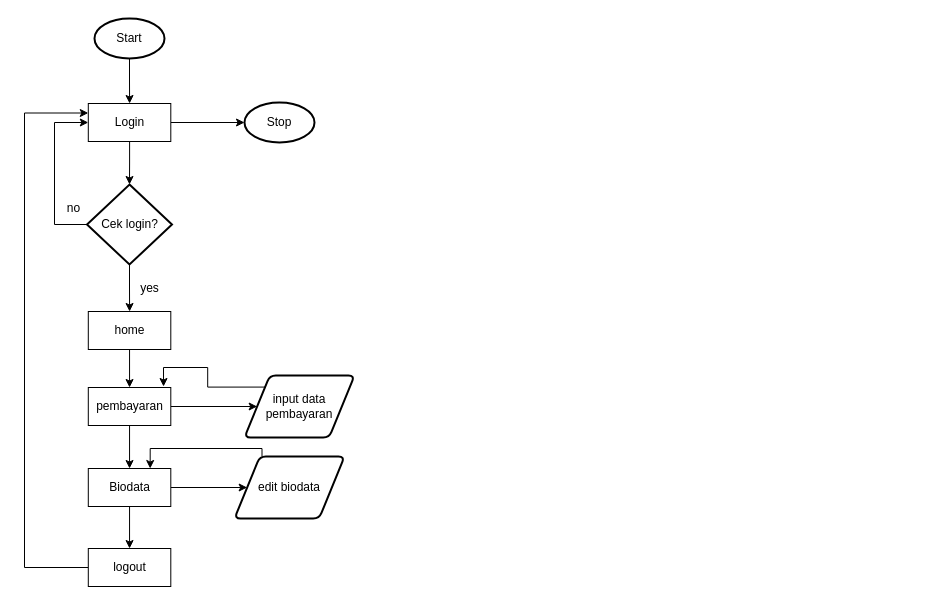
Before: laporan/flowchart user.drawio in DesiAmaliani/Pengelolaan_keuangan_TA, a draw.io diagram. Source tidied: cells renumbered, new cells numbered last; positions are measured from the earlier drawing's top-left corner, leaving out a move shared by most shapes. Both pictures are drawn from the tidied source at 100%, with x=0, y=0 at pixel (24, 18).
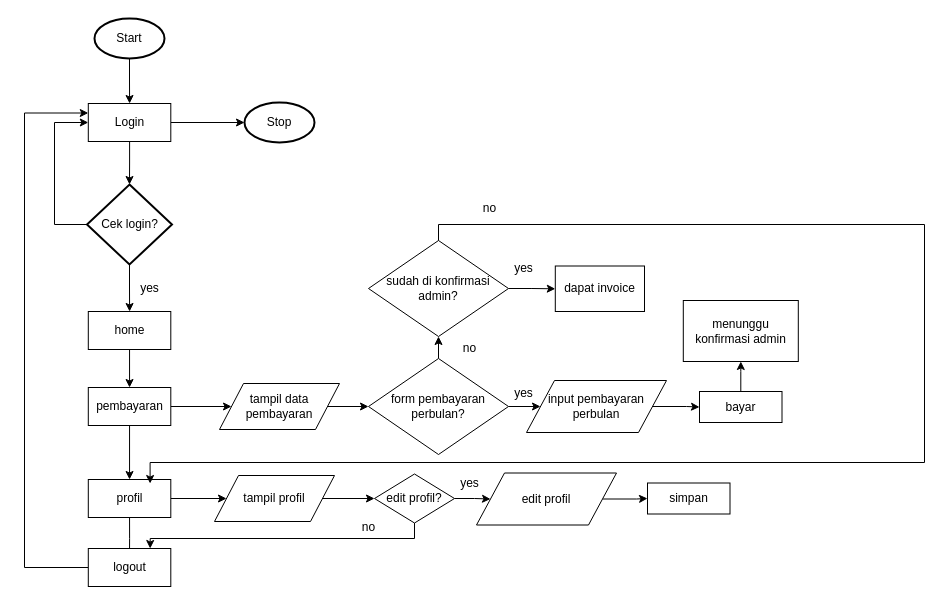
After the change.

Unchanged cells that the change refers to:
```xml
<mxCell id="16" value="pembayaran" style="rounded=0;whiteSpace=wrap;html=1;" parent="1" vertex="1">
  <mxGeometry x="63.8" y="369" width="82.5" height="38" as="geometry" />
</mxCell>
<mxCell id="25" value="logout" style="rounded=0;whiteSpace=wrap;html=1;" parent="1" vertex="1">
  <mxGeometry x="63.8" y="530" width="82.5" height="38" as="geometry" />
</mxCell>
```

What changed in the source:
```diff
@@
-    <mxCell id="10" value="no" style="text;html=1;align=center;verticalAlign=middle;" parent="1" vertex="1">
-      <mxGeometry x="33.8" y="180" width="30" height="20" as="geometry" />
-    </mxCell>
@@
-    <mxCell id="14" style="edgeStyle=orthogonalEdgeStyle;rounded=0;jettySize=auto;html=1;exitX=1;exitY=0.5;exitDx=0;exitDy=0;" parent="1" edge="1" source="16" target="18">
-      <mxGeometry relative="1" as="geometry" />
-    </mxCell>
@@
+    <mxCell id="27" style="edgeStyle=orthogonalEdgeStyle;rounded=0;jettySize=auto;html=1;" parent="1" edge="1" source="16" target="30">
+      <mxGeometry relative="1" as="geometry" />
+    </mxCell>
@@
-    <mxCell id="17" style="edgeStyle=orthogonalEdgeStyle;rounded=0;jettySize=auto;html=1;exitX=0;exitY=0;exitDx=0;exitDy=0;entryX=0.912;entryY=-0.026;entryDx=0;entryDy=0;entryPerimeter=0;" parent="1" edge="1" source="18" target="16">
-      <mxGeometry relative="1" as="geometry" />
-    </mxCell>
-    <mxCell id="18" value="input data pembayaran" style="shape=parallelogram;html=1;strokeWidth=2;perimeter=parallelogramPerimeter;whiteSpace=wrap;rounded=1;arcSize=12;size=0.23;" parent="1" vertex="1">
-      <mxGeometry x="220" y="357" width="110" height="62" as="geometry" />
-    </mxCell>
-    <mxCell id="19" style="edgeStyle=orthogonalEdgeStyle;rounded=0;jettySize=auto;html=1;exitX=1;exitY=0.5;exitDx=0;exitDy=0;entryX=0;entryY=0.5;entryDx=0;entryDy=0;" parent="1" edge="1" source="21" target="23">
-      <mxGeometry relative="1" as="geometry" />
-    </mxCell>
-    <mxCell id="20" style="edgeStyle=orthogonalEdgeStyle;rounded=0;jettySize=auto;html=1;exitX=0.5;exitY=1;exitDx=0;exitDy=0;entryX=0.5;entryY=0;entryDx=0;entryDy=0;" parent="1" edge="1" source="21" target="25">
-      <mxGeometry relative="1" as="geometry" />
+    <mxCell id="20" style="edgeStyle=orthogonalEdgeStyle;rounded=0;jettySize=auto;html=1;exitX=0.5;exitY=1;exitDx=0;exitDy=0;entryX=0.5;entryY=0;entryDx=0;entryDy=0;" parent="1" edge="1" source="21">
+      <mxGeometry relative="1" as="geometry">
+        <mxPoint x="105" y="541" as="targetPoint" />
+      </mxGeometry>
     </mxCell>
+    <mxCell id="28" style="edgeStyle=orthogonalEdgeStyle;rounded=0;jettySize=auto;html=1;" parent="1" edge="1" source="21" target="39">
+      <mxGeometry relative="1" as="geometry" />
+    </mxCell>
-    <mxCell id="21" value="Biodata" style="rounded=0;whiteSpace=wrap;html=1;" parent="1" vertex="1">
-      <mxGeometry x="63.8" y="450" width="82.5" height="38" as="geometry" />
+    <mxCell id="21" value="profil" style="rounded=0;whiteSpace=wrap;html=1;" parent="1" vertex="1">
+      <mxGeometry x="63.8" y="461" width="82.5" height="38" as="geometry" />
     </mxCell>
-    <mxCell id="22" style="edgeStyle=orthogonalEdgeStyle;rounded=0;jettySize=auto;html=1;exitX=0.25;exitY=0;exitDx=0;exitDy=0;entryX=0.75;entryY=0;entryDx=0;entryDy=0;" parent="1" edge="1" source="23" target="21">
-      <mxGeometry relative="1" as="geometry">
-        <Array as="points">
-          <mxPoint x="238" y="430" />
-          <mxPoint x="126" y="430" />
-        </Array>
-      </mxGeometry>
-    </mxCell>
-    <mxCell id="23" value="edit biodata" style="shape=parallelogram;html=1;strokeWidth=2;perimeter=parallelogramPerimeter;whiteSpace=wrap;rounded=1;arcSize=12;size=0.23;" parent="1" vertex="1">
-      <mxGeometry x="210" y="438" width="110" height="62" as="geometry" />
-    </mxCell>
@@
+    <mxCell id="29" style="edgeStyle=orthogonalEdgeStyle;rounded=0;jettySize=auto;html=1;" parent="1" edge="1" source="30" target="33">
+      <mxGeometry relative="1" as="geometry" />
+    </mxCell>
+    <mxCell id="30" value="tampil data pembayaran" style="shape=parallelogram;perimeter=parallelogramPerimeter;whiteSpace=wrap;html=1;" parent="1" vertex="1">
+      <mxGeometry x="195" y="365" width="120" height="46" as="geometry" />
+    </mxCell>
+    <mxCell id="31" style="edgeStyle=orthogonalEdgeStyle;rounded=0;jettySize=auto;html=1;exitX=1;exitY=0.5;exitDx=0;exitDy=0;entryX=0;entryY=0.5;entryDx=0;entryDy=0;" parent="1" edge="1" source="33" target="35">
+      <mxGeometry relative="1" as="geometry" />
+    </mxCell>
+    <mxCell id="32" style="edgeStyle=orthogonalEdgeStyle;rounded=0;jettySize=auto;html=1;" parent="1" edge="1" source="33" target="51">
+      <mxGeometry relative="1" as="geometry" />
+    </mxCell>
+    <mxCell id="33" value="form pembayaran perbulan?" style="rhombus;whiteSpace=wrap;html=1;" parent="1" vertex="1">
+      <mxGeometry x="344" y="340" width="140" height="96" as="geometry" />
+    </mxCell>
+    <mxCell id="34" style="edgeStyle=orthogonalEdgeStyle;rounded=0;jettySize=auto;html=1;exitX=1;exitY=0.5;exitDx=0;exitDy=0;entryX=0;entryY=0.5;entryDx=0;entryDy=0;" parent="1" edge="1" source="35" target="37">
+      <mxGeometry relative="1" as="geometry" />
+    </mxCell>
+    <mxCell id="35" value="input pembayaran perbulan" style="shape=parallelogram;perimeter=parallelogramPerimeter;whiteSpace=wrap;html=1;" parent="1" vertex="1">
+      <mxGeometry x="502" y="362" width="140" height="52" as="geometry" />
+    </mxCell>
+    <mxCell id="36" style="edgeStyle=orthogonalEdgeStyle;rounded=0;jettySize=auto;html=1;" parent="1" edge="1" source="37" target="56">
+      <mxGeometry relative="1" as="geometry" />
+    </mxCell>
+    <mxCell id="37" value="bayar" style="rounded=0;whiteSpace=wrap;html=1;" parent="1" vertex="1">
+      <mxGeometry x="675" y="373" width="82.5" height="31" as="geometry" />
+    </mxCell>
+    <mxCell id="38" style="edgeStyle=orthogonalEdgeStyle;rounded=0;jettySize=auto;html=1;" parent="1" edge="1" source="39" target="42">
+      <mxGeometry relative="1" as="geometry" />
+    </mxCell>
+    <mxCell id="39" value="tampil profil" style="shape=parallelogram;perimeter=parallelogramPerimeter;whiteSpace=wrap;html=1;" parent="1" vertex="1">
+      <mxGeometry x="190" y="457" width="120" height="46" as="geometry" />
+    </mxCell>
+    <mxCell id="40" style="edgeStyle=orthogonalEdgeStyle;rounded=0;jettySize=auto;html=1;" parent="1" edge="1" source="42" target="44">
+      <mxGeometry relative="1" as="geometry" />
+    </mxCell>
+    <mxCell id="41" style="edgeStyle=orthogonalEdgeStyle;rounded=0;jettySize=auto;html=1;exitX=0.5;exitY=1;exitDx=0;exitDy=0;entryX=0.75;entryY=0;entryDx=0;entryDy=0;" parent="1" edge="1" source="42" target="25">
+      <mxGeometry relative="1" as="geometry">
+        <Array as="points">
+          <mxPoint x="390" y="520" />
+          <mxPoint x="126" y="520" />
+        </Array>
+      </mxGeometry>
+    </mxCell>
+    <mxCell id="42" value="edit profil?" style="rhombus;whiteSpace=wrap;html=1;" parent="1" vertex="1">
+      <mxGeometry x="350" y="455.5" width="80" height="49" as="geometry" />
+    </mxCell>
+    <mxCell id="43" style="edgeStyle=orthogonalEdgeStyle;rounded=0;jettySize=auto;html=1;" parent="1" edge="1" source="44" target="45">
+      <mxGeometry relative="1" as="geometry" />
+    </mxCell>
+    <mxCell id="44" value="edit profil" style="shape=parallelogram;perimeter=parallelogramPerimeter;whiteSpace=wrap;html=1;" parent="1" vertex="1">
+      <mxGeometry x="452" y="454.5" width="140" height="52" as="geometry" />
+    </mxCell>
+    <mxCell id="45" value="simpan" style="rounded=0;whiteSpace=wrap;html=1;" parent="1" vertex="1">
+      <mxGeometry x="623" y="464.5" width="82.5" height="31" as="geometry" />
+    </mxCell>
+    <mxCell id="46" value="no" style="text;html=1;align=center;verticalAlign=middle;" parent="1" vertex="1">
+      <mxGeometry x="329" y="499" width="30" height="20" as="geometry" />
+    </mxCell>
+    <mxCell id="47" value="yes" style="text;html=1;align=center;verticalAlign=middle;" parent="1" vertex="1">
+      <mxGeometry x="484" y="365" width="30" height="20" as="geometry" />
+    </mxCell>
+    <mxCell id="48" value="yes" style="text;html=1;align=center;verticalAlign=middle;" parent="1" vertex="1">
+      <mxGeometry x="430" y="455" width="30" height="20" as="geometry" />
+    </mxCell>
+    <mxCell id="49" style="edgeStyle=orthogonalEdgeStyle;rounded=0;jettySize=auto;html=1;" parent="1" edge="1" source="51" target="52">
+      <mxGeometry relative="1" as="geometry" />
+    </mxCell>
+    <mxCell id="50" style="edgeStyle=orthogonalEdgeStyle;rounded=0;orthogonalLoop=1;jettySize=auto;html=1;exitX=0.5;exitY=0;exitDx=0;exitDy=0;entryX=0.75;entryY=0;entryDx=0;entryDy=0;" parent="1" edge="1">
+      <mxGeometry relative="1" as="geometry">
+        <mxPoint x="414" y="226" as="sourcePoint" />
+        <mxPoint x="125.6" y="465" as="targetPoint" />
+        <Array as="points">
+          <mxPoint x="414" y="206" />
+          <mxPoint x="900" y="206" />
+          <mxPoint x="900" y="444" />
+          <mxPoint x="126" y="444" />
+        </Array>
+      </mxGeometry>
+    </mxCell>
+    <mxCell id="51" value="sudah di konfirmasi admin?" style="rhombus;whiteSpace=wrap;html=1;" parent="1" vertex="1">
+      <mxGeometry x="344" y="222" width="140" height="96" as="geometry" />
+    </mxCell>
+    <mxCell id="52" value="dapat invoice" style="rounded=0;whiteSpace=wrap;html=1;" parent="1" vertex="1">
+      <mxGeometry x="530.8" y="247.5" width="89.2" height="45.5" as="geometry" />
+    </mxCell>
+    <mxCell id="53" value="yes" style="text;html=1;align=center;verticalAlign=middle;" parent="1" vertex="1">
+      <mxGeometry x="484" y="240" width="30" height="20" as="geometry" />
+    </mxCell>
+    <mxCell id="54" value="no" style="text;html=1;align=center;verticalAlign=middle;" parent="1" vertex="1">
+      <mxGeometry x="430" y="320" width="30" height="20" as="geometry" />
+    </mxCell>
+    <mxCell id="55" value="no" style="text;html=1;align=center;verticalAlign=middle;" parent="1" vertex="1">
+      <mxGeometry x="450" y="180" width="30" height="20" as="geometry" />
+    </mxCell>
+    <mxCell id="56" value="menunggu konfirmasi admin" style="rounded=0;whiteSpace=wrap;html=1;" parent="1" vertex="1">
+      <mxGeometry x="658.8" y="282" width="115" height="61" as="geometry" />
+    </mxCell>
```
